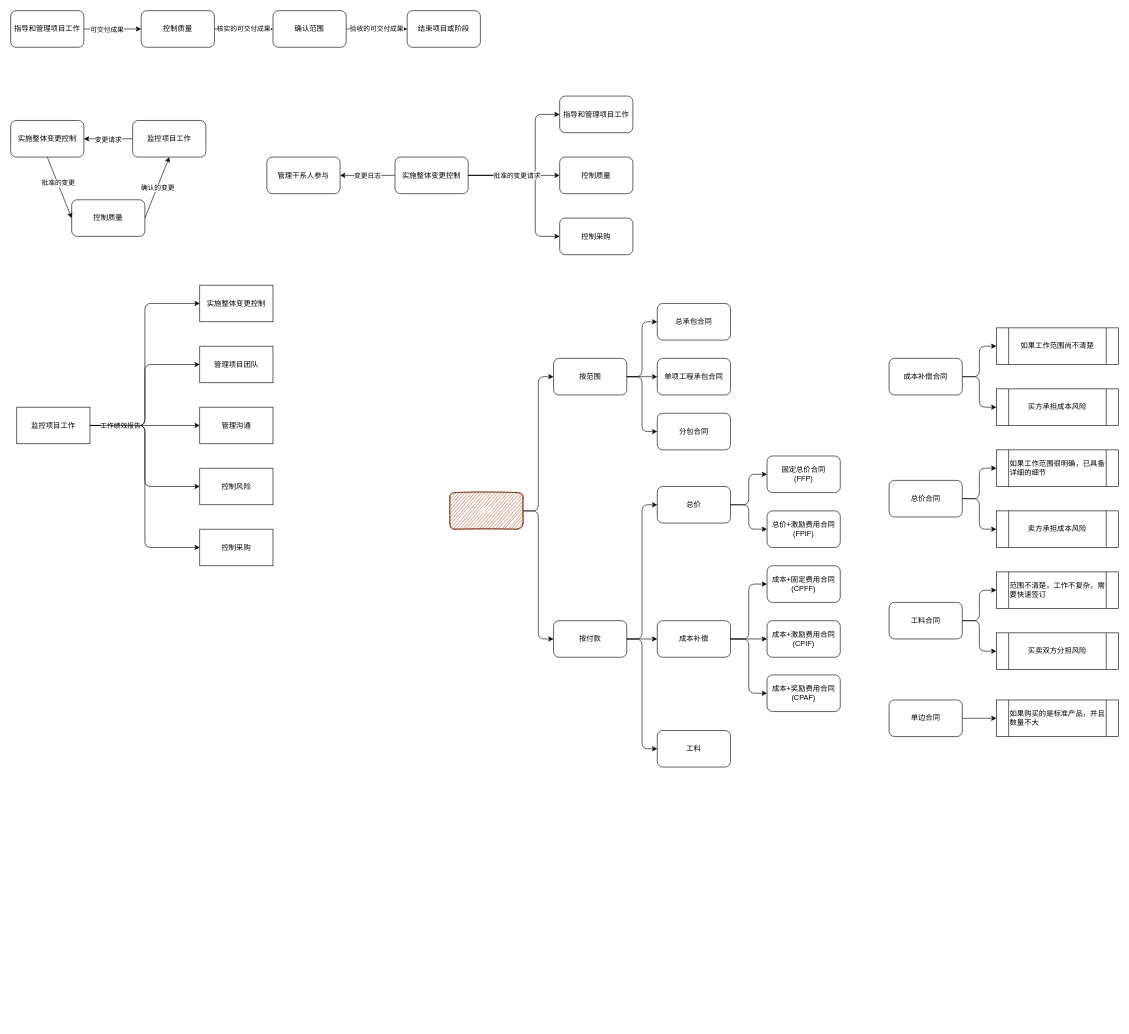
Earlier version of the draw.io diagram flow.drawio (muzqi/pmbok). Source tidied: cells renumbered, new cells numbered last; positions are measured from the earlier drawing's top-left corner, leaving out a move shared by most shapes. Both pictures are drawn from the tidied source at 61%, with x=0, y=0 at pixel (10, 10).
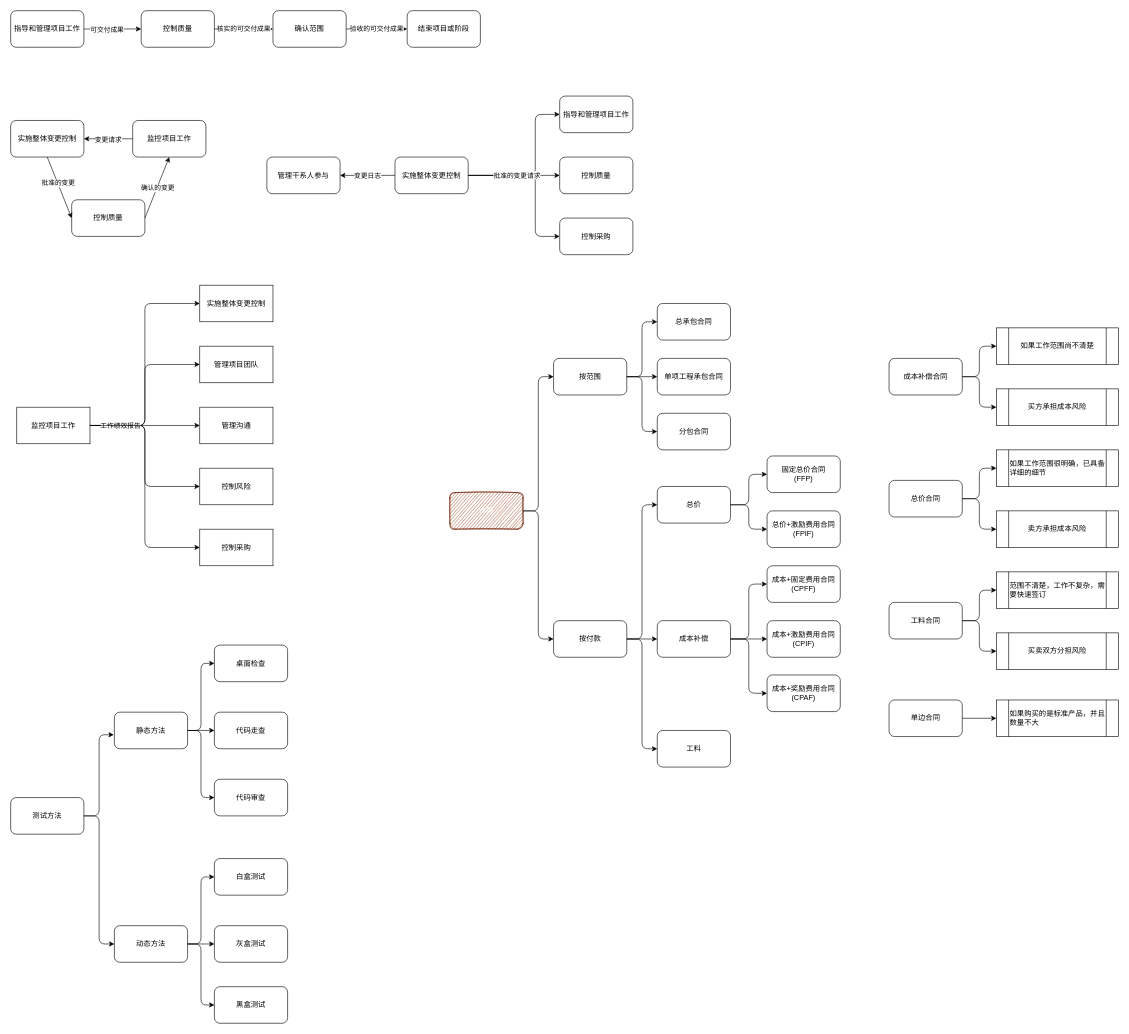
The same page after the edit.

Change to the diagram source:
```diff
@@
+    <mxCell id="93" style="group;" parent="1" vertex="1">
+      <mxGeometry y="1040" width="454" height="620" as="geometry" />
+    </mxCell>
+    <mxCell id="94" value="测试方法" style="rounded=1;whiteSpace=wrap;html=1;" parent="93" vertex="1">
+      <mxGeometry y="250" width="120" height="60" as="geometry" />
+    </mxCell>
+    <mxCell id="95" value="静态方法" style="rounded=1;whiteSpace=wrap;html=1;" parent="93" vertex="1">
+      <mxGeometry x="170" y="110" width="120" height="60" as="geometry" />
+    </mxCell>
+    <mxCell id="96" style="edgeStyle=orthogonalEdgeStyle;html=1;entryX=-0.008;entryY=0.617;entryDx=0;entryDy=0;entryPerimeter=0;" parent="93" edge="1" source="94" target="95">
+      <mxGeometry relative="1" as="geometry" />
+    </mxCell>
+    <mxCell id="97" value="桌面检查" style="rounded=1;whiteSpace=wrap;html=1;" parent="93" vertex="1">
+      <mxGeometry x="334" width="120" height="60" as="geometry" />
+    </mxCell>
+    <mxCell id="98" style="edgeStyle=orthogonalEdgeStyle;html=1;exitX=1;exitY=0.5;exitDx=0;exitDy=0;entryX=0;entryY=0.5;entryDx=0;entryDy=0;" parent="93" edge="1" source="95" target="97">
+      <mxGeometry relative="1" as="geometry" />
+    </mxCell>
+    <mxCell id="99" value="代码走查" style="rounded=1;whiteSpace=wrap;html=1;" parent="93" vertex="1">
+      <mxGeometry x="334" y="110" width="120" height="60" as="geometry" />
+    </mxCell>
+    <mxCell id="100" style="edgeStyle=orthogonalEdgeStyle;html=1;entryX=0;entryY=0.5;entryDx=0;entryDy=0;" parent="93" edge="1" source="95" target="99">
+      <mxGeometry relative="1" as="geometry" />
+    </mxCell>
+    <mxCell id="101" value="代码审查" style="rounded=1;whiteSpace=wrap;html=1;" parent="93" vertex="1">
+      <mxGeometry x="334" y="220" width="120" height="60" as="geometry" />
+    </mxCell>
+    <mxCell id="102" style="edgeStyle=orthogonalEdgeStyle;html=1;entryX=0;entryY=0.5;entryDx=0;entryDy=0;exitX=1;exitY=0.5;exitDx=0;exitDy=0;" parent="93" edge="1" source="95" target="101">
+      <mxGeometry relative="1" as="geometry" />
+    </mxCell>
+    <mxCell id="103" value="动态方法" style="rounded=1;whiteSpace=wrap;html=1;" parent="93" vertex="1">
+      <mxGeometry x="170" y="460" width="120" height="60" as="geometry" />
+    </mxCell>
+    <mxCell id="104" style="edgeStyle=orthogonalEdgeStyle;html=1;entryX=0;entryY=0.5;entryDx=0;entryDy=0;" parent="93" edge="1" source="94" target="103">
+      <mxGeometry relative="1" as="geometry" />
+    </mxCell>
+    <mxCell id="105" value="白盒测试" style="rounded=1;whiteSpace=wrap;html=1;" parent="93" vertex="1">
+      <mxGeometry x="334" y="350" width="120" height="60" as="geometry" />
+    </mxCell>
+    <mxCell id="106" style="edgeStyle=orthogonalEdgeStyle;html=1;entryX=0;entryY=0.5;entryDx=0;entryDy=0;" parent="93" edge="1" source="103" target="105">
+      <mxGeometry relative="1" as="geometry" />
+    </mxCell>
+    <mxCell id="107" value="黑盒测试" style="rounded=1;whiteSpace=wrap;html=1;" parent="93" vertex="1">
+      <mxGeometry x="334" y="560" width="120" height="60" as="geometry" />
+    </mxCell>
+    <mxCell id="108" style="edgeStyle=orthogonalEdgeStyle;html=1;entryX=0;entryY=0.5;entryDx=0;entryDy=0;" parent="93" edge="1" source="103" target="107">
+      <mxGeometry relative="1" as="geometry" />
+    </mxCell>
+    <mxCell id="109" value="灰盒测试" style="rounded=1;whiteSpace=wrap;html=1;" parent="93" vertex="1">
+      <mxGeometry x="334" y="460" width="120" height="60" as="geometry" />
+    </mxCell>
+    <mxCell id="110" style="edgeStyle=orthogonalEdgeStyle;html=1;entryX=0;entryY=0.5;entryDx=0;entryDy=0;" parent="93" edge="1" source="103" target="109">
+      <mxGeometry relative="1" as="geometry" />
+    </mxCell>
```
